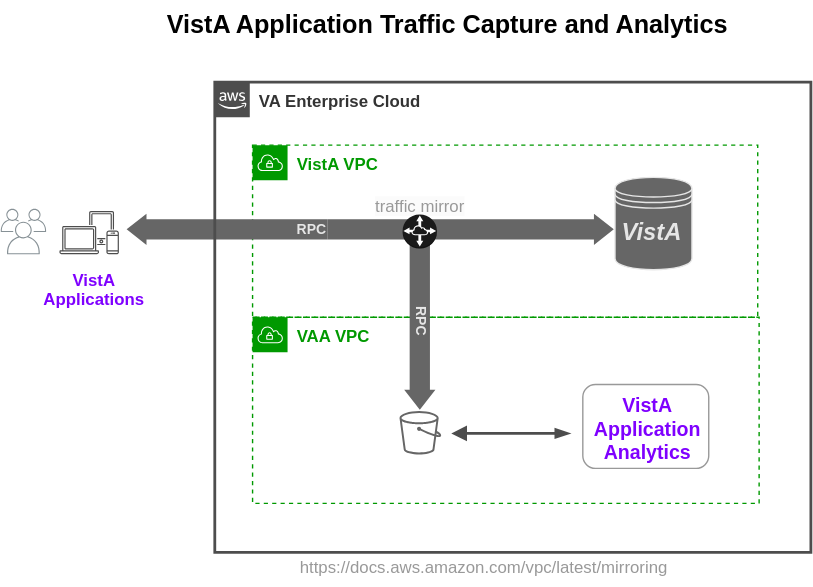
Earlier version of the draw.io export vam.svg (cloudvista/vaa). Source tidied: cells renumbered, new cells last; positions are measured from the earlier drawing's top-left corner, leaving out a move shared by most shapes. The source it was exported from:
```xml
<mxGraphModel>
  <root>
    <mxCell id="0" />
    <mxCell id="1" parent="0" />
    <mxCell id="2" style="rounded=1;whiteSpace=wrap;html=1;strokeColor=#999999;" parent="1" vertex="1">
      <mxGeometry x="416" y="274" width="90" height="60" as="geometry" />
    </mxCell>
    <mxCell id="3" value="&lt;b&gt;&lt;font color=&quot;#009900&quot;&gt;VAA VPC&lt;/font&gt;&lt;/b&gt;" style="gradientColor=none;html=1;whiteSpace=wrap;fontSize=12;fontStyle=0;shape=mxgraph.aws4.group;grIcon=mxgraph.aws4.group_vpc;strokeColor=#009900;fillColor=none;verticalAlign=top;align=left;spacingLeft=30;fontColor=#4D4D4D;dashed=1;strokeWidth=1;" parent="1" vertex="1">
      <mxGeometry x="180" y="226" width="362" height="133" as="geometry" />
    </mxCell>
    <mxCell id="4" value="&lt;b style=&quot;&quot;&gt;&lt;font color=&quot;#009900&quot;&gt;VistA VPC&lt;/font&gt;&lt;/b&gt;" style="gradientColor=none;html=1;whiteSpace=wrap;fontSize=12;fontStyle=0;shape=mxgraph.aws4.group;grIcon=mxgraph.aws4.group_vpc;strokeColor=#009900;fillColor=none;verticalAlign=top;align=left;spacingLeft=30;fontColor=#AAB7B8;dashed=1;strokeWidth=1;" parent="1" vertex="1">
      <mxGeometry x="180" y="103" width="361" height="123" as="geometry" />
    </mxCell>
    <mxCell id="5" style="html=1;shadow=0;dashed=0;align=center;verticalAlign=middle;shape=mxgraph.arrows2.arrow;dy=0.35;dx=14.19;direction=west;notch=0;strokeColor=none;strokeWidth=1;fontSize=12;fontColor=#808080;fillColor=#666666;flipV=1;" parent="1" vertex="1">
      <mxGeometry x="90" y="152" width="143.4" height="22.3" as="geometry" />
    </mxCell>
    <mxCell id="6" value="&lt;b&gt;&lt;font color=&quot;#333333&quot;&gt;VA Enterprise Cloud&lt;/font&gt;&lt;/b&gt;" style="gradientColor=none;html=1;whiteSpace=wrap;fontSize=12;fontStyle=0;shape=mxgraph.aws4.group;grIcon=mxgraph.aws4.group_aws_cloud_alt;strokeColor=#4D4D4D;fillColor=none;verticalAlign=top;align=left;spacingLeft=30;fontColor=#232F3E;dashed=0;strokeWidth=2;fillOpacity=6;" parent="1" vertex="1">
      <mxGeometry x="153" y="58" width="426" height="336" as="geometry" />
    </mxCell>
    <mxCell id="7" value="https://docs.aws.amazon.com/vpc/latest/mirroring" style="text;html=1;align=center;verticalAlign=middle;strokeColor=none;fillColor=none;fontColor=#999999;" parent="1" vertex="1">
      <mxGeometry x="204" y="392" width="281" height="26" as="geometry" />
    </mxCell>
    <mxCell id="8" value="&lt;font color=&quot;#7f00ff&quot;&gt;&lt;b&gt;VistA &lt;br&gt;Applications&lt;/b&gt;&lt;/font&gt;" style="text;whiteSpace=wrap;html=1;fontColor=#999999;align=center;" parent="1" vertex="1">
      <mxGeometry x="8" y="186" width="117.5" height="29" as="geometry" />
    </mxCell>
    <mxCell id="9" style="sketch=0;gradientColor=none;fontColor=#545B64;strokeColor=none;fillColor=#879196;dashed=0;verticalLabelPosition=bottom;verticalAlign=top;align=center;html=1;fontSize=12;fontStyle=0;shape=mxgraph.aws4.illustration_users;" parent="1" vertex="1">
      <mxGeometry y="148.5" width="32.5" height="32.5" as="geometry" />
    </mxCell>
    <mxCell id="10" style="sketch=0;gradientColor=none;fontColor=#545B64;strokeColor=none;fillColor=#4D4D4D;dashed=0;verticalLabelPosition=bottom;verticalAlign=top;align=center;html=1;fontSize=12;fontStyle=0;shape=mxgraph.aws4.illustration_devices;" parent="1" vertex="1">
      <mxGeometry x="42" y="150" width="42.5" height="31" as="geometry" />
    </mxCell>
    <mxCell id="11" value="&lt;span style=&quot;color: rgb(153, 153, 153); font-family: Helvetica; font-size: 12px; font-style: normal; font-variant-ligatures: normal; font-variant-caps: normal; font-weight: 400; letter-spacing: normal; orphans: 2; text-align: center; text-indent: 0px; text-transform: none; widows: 2; word-spacing: 0px; -webkit-text-stroke-width: 0px; background-color: rgb(251, 251, 251); text-decoration-thickness: initial; text-decoration-style: initial; text-decoration-color: initial; float: none; display: inline !important;&quot;&gt;traffic mirror&lt;/span&gt;" style="text;whiteSpace=wrap;html=1;fontColor=#009900;" parent="1" vertex="1">
      <mxGeometry x="265.8" y="133" width="71.5" height="24" as="geometry" />
    </mxCell>
    <mxCell id="12" value="&lt;b&gt;&lt;font style=&quot;font-size: 10px;&quot; color=&quot;#e6e6e6&quot;&gt;RPC&lt;/font&gt;&lt;/b&gt;" style="text;html=1;align=center;verticalAlign=middle;strokeColor=none;fillColor=none;fontSize=12;fontColor=#009900;" parent="1" vertex="1">
      <mxGeometry x="202" y="149.5" width="39" height="26" as="geometry" />
    </mxCell>
    <mxCell id="13" style="shape=datastore;whiteSpace=wrap;html=1;fontSize=10;fontColor=#7F00FF;fillColor=#666666;strokeColor=#E6E6E6;" parent="1" vertex="1">
      <mxGeometry x="439" y="126" width="55" height="66" as="geometry" />
    </mxCell>
    <mxCell id="14" value="&lt;b&gt;&lt;font color=&quot;#7f00ff&quot; style=&quot;font-size: 14px;&quot;&gt;VistA&lt;br&gt;Application&lt;br&gt;Analytics&lt;/font&gt;&lt;/b&gt;" style="text;html=1;align=center;verticalAlign=middle;strokeColor=none;fillColor=none;" parent="1" vertex="1">
      <mxGeometry x="415" y="275" width="94" height="62" as="geometry" />
    </mxCell>
    <mxCell id="15" style="sketch=0;fontColor=#232F3E;gradientColor=none;fillColor=#666666;strokeColor=#7F00FF;dashed=0;verticalLabelPosition=bottom;verticalAlign=top;align=center;html=1;fontSize=12;fontStyle=0;shape=mxgraph.aws4.bucket;" parent="1" vertex="1">
      <mxGeometry x="285" y="293" width="29.8" height="31" as="geometry" />
    </mxCell>
    <mxCell id="16" style="edgeStyle=none;html=1;strokeWidth=2;fontSize=17;fontColor=#7F00FF;startArrow=blockThin;startFill=1;endArrow=block;endFill=1;strokeColor=#4D4D4D;" parent="1" edge="1">
      <mxGeometry relative="1" as="geometry">
        <mxPoint x="407" y="309" as="sourcePoint" />
        <mxPoint x="322" y="309" as="targetPoint" />
      </mxGeometry>
    </mxCell>
    <mxCell id="17" value="&lt;i style=&quot;&quot;&gt;&lt;font style=&quot;font-size: 17px;&quot;&gt;VistA&lt;/font&gt;&lt;/i&gt;" style="text;html=1;strokeColor=none;fillColor=none;align=center;verticalAlign=middle;whiteSpace=wrap;rounded=0;labelBackgroundColor=none;labelBorderColor=none;fontStyle=1;fontSize=35;fontColor=#E6E6E6;" parent="1" vertex="1">
      <mxGeometry x="436.5" y="142" width="57" height="31" as="geometry" />
    </mxCell>
    <mxCell id="18" style="html=1;shadow=0;dashed=0;align=center;verticalAlign=middle;shape=mxgraph.arrows2.arrow;dy=0.35;dx=14.19;direction=west;notch=0;strokeColor=none;strokeWidth=1;fontSize=12;fontColor=#808080;fillColor=#666666;flipV=1;rotation=-180;" parent="1" vertex="1">
      <mxGeometry x="233.4" y="152" width="204.8" height="22.3" as="geometry" />
    </mxCell>
    <mxCell id="19" style="html=1;shadow=0;dashed=0;align=center;verticalAlign=middle;shape=mxgraph.arrows2.arrow;dy=0.35;dx=14.19;direction=west;notch=0;strokeColor=none;strokeWidth=1;fontSize=12;fontColor=#808080;fillColor=#666666;flipV=1;rotation=-90;" parent="1" vertex="1">
      <mxGeometry x="237.6" y="219" width="123.8" height="22.3" as="geometry" />
    </mxCell>
    <mxCell id="20" style="dashed=0;verticalLabelPosition=bottom;verticalAlign=top;align=center;html=1;shape=mxgraph.aws3.vpc_peering;fillColor=#1A1A1A;gradientColor=none;strokeColor=#666666;strokeWidth=1;" parent="1" vertex="1">
      <mxGeometry x="287.2" y="152.6" width="24.5" height="24.2" as="geometry" />
    </mxCell>
    <mxCell id="21" value="&lt;b&gt;&lt;font style=&quot;font-size: 10px;&quot; color=&quot;#e6e6e6&quot;&gt;RPC&lt;/font&gt;&lt;/b&gt;" style="text;html=1;align=center;verticalAlign=middle;strokeColor=none;fillColor=none;fontSize=12;fontColor=#009900;rotation=90;" parent="1" vertex="1">
      <mxGeometry x="282" y="215" width="39" height="26" as="geometry" />
    </mxCell>
    <mxCell id="22" value="&lt;b&gt;&lt;font style=&quot;font-size: 18px;&quot;&gt;VistA Application Traffic Capture and Analytics&lt;/font&gt;&lt;/b&gt;" style="text;html=1;align=center;verticalAlign=middle;strokeColor=none;fillColor=none;" parent="1" vertex="1">
      <mxGeometry x="109" width="419" height="34" as="geometry" />
    </mxCell>
  </root>
</mxGraphModel>
```
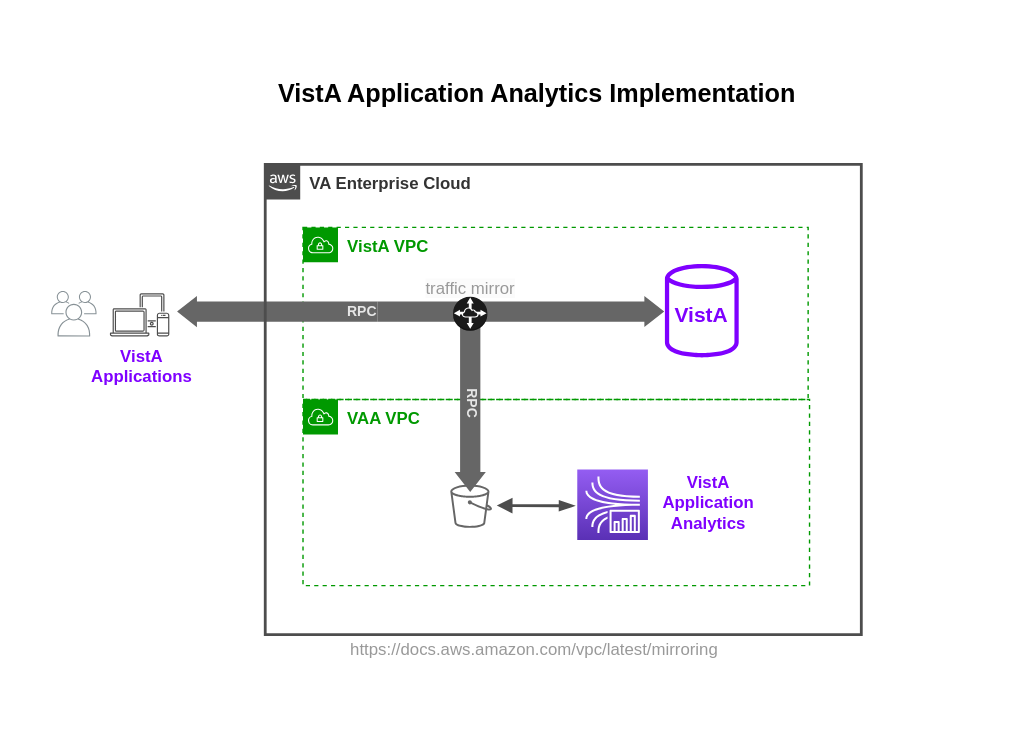
After the commit.

Diff of the diagram source:
```diff
@@ -2,9 +2,9 @@
   <root>
     <mxCell id="0" />
     <mxCell id="1" parent="0" />
-    <mxCell id="2" style="rounded=1;whiteSpace=wrap;html=1;strokeColor=#999999;" parent="1" vertex="1">
-      <mxGeometry x="416" y="274" width="90" height="60" as="geometry" />
-    </mxCell>
+    <mxCell id="23" style="rounded=1;whiteSpace=wrap;html=1;strokeColor=none;" parent="1" vertex="1">
+      <mxGeometry x="-36" y="-59" width="730" height="530" as="geometry" />
+    </mxCell>
     <mxCell id="3" value="&lt;b&gt;&lt;font color=&quot;#009900&quot;&gt;VAA VPC&lt;/font&gt;&lt;/b&gt;" style="gradientColor=none;html=1;whiteSpace=wrap;fontSize=12;fontStyle=0;shape=mxgraph.aws4.group;grIcon=mxgraph.aws4.group_vpc;strokeColor=#009900;fillColor=none;verticalAlign=top;align=left;spacingLeft=30;fontColor=#4D4D4D;dashed=1;strokeWidth=1;" parent="1" vertex="1">
       <mxGeometry x="180" y="226" width="362" height="133" as="geometry" />
     </mxCell>
@@ -20,8 +20,8 @@
     <mxCell id="7" value="https://docs.aws.amazon.com/vpc/latest/mirroring" style="text;html=1;align=center;verticalAlign=middle;strokeColor=none;fillColor=none;fontColor=#999999;" parent="1" vertex="1">
       <mxGeometry x="204" y="392" width="281" height="26" as="geometry" />
     </mxCell>
-    <mxCell id="8" value="&lt;font color=&quot;#7f00ff&quot;&gt;&lt;b&gt;VistA &lt;br&gt;Applications&lt;/b&gt;&lt;/font&gt;" style="text;whiteSpace=wrap;html=1;fontColor=#999999;align=center;" parent="1" vertex="1">
-      <mxGeometry x="8" y="186" width="117.5" height="29" as="geometry" />
+    <mxCell id="8" value="&lt;font color=&quot;#7f00ff&quot;&gt;&lt;b&gt;VistA Applications&lt;/b&gt;&lt;/font&gt;" style="text;whiteSpace=wrap;html=1;fontColor=#999999;align=center;" parent="1" vertex="1">
+      <mxGeometry x="34" y="182" width="62" height="45" as="geometry" />
     </mxCell>
     <mxCell id="9" style="sketch=0;gradientColor=none;fontColor=#545B64;strokeColor=none;fillColor=#879196;dashed=0;verticalLabelPosition=bottom;verticalAlign=top;align=center;html=1;fontSize=12;fontStyle=0;shape=mxgraph.aws4.illustration_users;" parent="1" vertex="1">
       <mxGeometry y="148.5" width="32.5" height="32.5" as="geometry" />
@@ -35,24 +35,15 @@
     <mxCell id="12" value="&lt;b&gt;&lt;font style=&quot;font-size: 10px;&quot; color=&quot;#e6e6e6&quot;&gt;RPC&lt;/font&gt;&lt;/b&gt;" style="text;html=1;align=center;verticalAlign=middle;strokeColor=none;fillColor=none;fontSize=12;fontColor=#009900;" parent="1" vertex="1">
       <mxGeometry x="202" y="149.5" width="39" height="26" as="geometry" />
     </mxCell>
-    <mxCell id="13" style="shape=datastore;whiteSpace=wrap;html=1;fontSize=10;fontColor=#7F00FF;fillColor=#666666;strokeColor=#E6E6E6;" parent="1" vertex="1">
-      <mxGeometry x="439" y="126" width="55" height="66" as="geometry" />
-    </mxCell>
-    <mxCell id="14" value="&lt;b&gt;&lt;font color=&quot;#7f00ff&quot; style=&quot;font-size: 14px;&quot;&gt;VistA&lt;br&gt;Application&lt;br&gt;Analytics&lt;/font&gt;&lt;/b&gt;" style="text;html=1;align=center;verticalAlign=middle;strokeColor=none;fillColor=none;" parent="1" vertex="1">
-      <mxGeometry x="415" y="275" width="94" height="62" as="geometry" />
-    </mxCell>
     <mxCell id="15" style="sketch=0;fontColor=#232F3E;gradientColor=none;fillColor=#666666;strokeColor=#7F00FF;dashed=0;verticalLabelPosition=bottom;verticalAlign=top;align=center;html=1;fontSize=12;fontStyle=0;shape=mxgraph.aws4.bucket;" parent="1" vertex="1">
-      <mxGeometry x="285" y="293" width="29.8" height="31" as="geometry" />
+      <mxGeometry x="285.3" y="286.8" width="29.8" height="31" as="geometry" />
     </mxCell>
     <mxCell id="16" style="edgeStyle=none;html=1;strokeWidth=2;fontSize=17;fontColor=#7F00FF;startArrow=blockThin;startFill=1;endArrow=block;endFill=1;strokeColor=#4D4D4D;" parent="1" edge="1">
       <mxGeometry relative="1" as="geometry">
-        <mxPoint x="407" y="309" as="sourcePoint" />
-        <mxPoint x="322" y="309" as="targetPoint" />
+        <mxPoint x="374" y="302" as="sourcePoint" />
+        <mxPoint x="318.5" y="301.8" as="targetPoint" />
       </mxGeometry>
     </mxCell>
-    <mxCell id="17" value="&lt;i style=&quot;&quot;&gt;&lt;font style=&quot;font-size: 17px;&quot;&gt;VistA&lt;/font&gt;&lt;/i&gt;" style="text;html=1;strokeColor=none;fillColor=none;align=center;verticalAlign=middle;whiteSpace=wrap;rounded=0;labelBackgroundColor=none;labelBorderColor=none;fontStyle=1;fontSize=35;fontColor=#E6E6E6;" parent="1" vertex="1">
-      <mxGeometry x="436.5" y="142" width="57" height="31" as="geometry" />
-    </mxCell>
     <mxCell id="18" style="html=1;shadow=0;dashed=0;align=center;verticalAlign=middle;shape=mxgraph.arrows2.arrow;dy=0.35;dx=14.19;direction=west;notch=0;strokeColor=none;strokeWidth=1;fontSize=12;fontColor=#808080;fillColor=#666666;flipV=1;rotation=-180;" parent="1" vertex="1">
       <mxGeometry x="233.4" y="152" width="204.8" height="22.3" as="geometry" />
     </mxCell>
@@ -65,8 +56,20 @@
     <mxCell id="21" value="&lt;b&gt;&lt;font style=&quot;font-size: 10px;&quot; color=&quot;#e6e6e6&quot;&gt;RPC&lt;/font&gt;&lt;/b&gt;" style="text;html=1;align=center;verticalAlign=middle;strokeColor=none;fillColor=none;fontSize=12;fontColor=#009900;rotation=90;" parent="1" vertex="1">
       <mxGeometry x="282" y="215" width="39" height="26" as="geometry" />
     </mxCell>
-    <mxCell id="22" value="&lt;b&gt;&lt;font style=&quot;font-size: 18px;&quot;&gt;VistA Application Traffic Capture and Analytics&lt;/font&gt;&lt;/b&gt;" style="text;html=1;align=center;verticalAlign=middle;strokeColor=none;fillColor=none;" parent="1" vertex="1">
-      <mxGeometry x="109" width="419" height="34" as="geometry" />
+    <mxCell id="22" value="&lt;b&gt;&lt;font style=&quot;font-size: 18px;&quot;&gt;VistA Application Analytics Implementation&lt;/font&gt;&lt;/b&gt;" style="text;html=1;align=center;verticalAlign=middle;strokeColor=none;fillColor=none;" parent="1" vertex="1">
+      <mxGeometry x="152" y="-12" width="390" height="40" as="geometry" />
     </mxCell>
+    <mxCell id="24" style="sketch=0;fontColor=#232F3E;gradientColor=#945DF2;gradientDirection=north;fillColor=#5A30B5;strokeColor=#ffffff;dashed=0;verticalLabelPosition=bottom;verticalAlign=top;align=center;html=1;fontSize=12;fontStyle=0;shape=mxgraph.aws4.resourceIcon;resIcon=mxgraph.aws4.kinesis_data_analytics;" parent="1" vertex="1">
+      <mxGeometry x="376" y="276" width="50.5" height="50.5" as="geometry" />
+    </mxCell>
+    <mxCell id="14" value="&lt;font color=&quot;#7f00ff&quot;&gt;&lt;b&gt;VistA &lt;br&gt;Application&lt;br&gt;Analytics&lt;/b&gt;&lt;/font&gt;" style="text;whiteSpace=wrap;html=1;fontColor=#999999;align=center;" parent="1" vertex="1">
+      <mxGeometry x="423.2" y="272" width="93.5" height="60" as="geometry" />
+    </mxCell>
+    <mxCell id="25" style="sketch=0;fontColor=#232F3E;gradientColor=none;fillColor=#7F00FF;strokeColor=#7F00FF;dashed=0;verticalLabelPosition=bottom;verticalAlign=top;align=center;html=1;fontSize=12;fontStyle=0;shape=mxgraph.aws4.generic_database;" parent="1" vertex="1">
+      <mxGeometry x="438.6" y="127.6" width="52.7" height="69.7" as="geometry" />
+    </mxCell>
+    <mxCell id="17" value="&lt;font color=&quot;#7f00ff&quot;&gt;&lt;b&gt;&lt;font style=&quot;font-size: 15px;&quot;&gt;VistA&lt;/font&gt;&lt;br&gt;&lt;/b&gt;&lt;/font&gt;" style="text;whiteSpace=wrap;html=1;fontColor=#999999;align=center;" parent="1" vertex="1">
+      <mxGeometry x="431.1" y="150" width="67.8" height="30" as="geometry" />
+    </mxCell>
   </root>
 </mxGraphModel>
```
